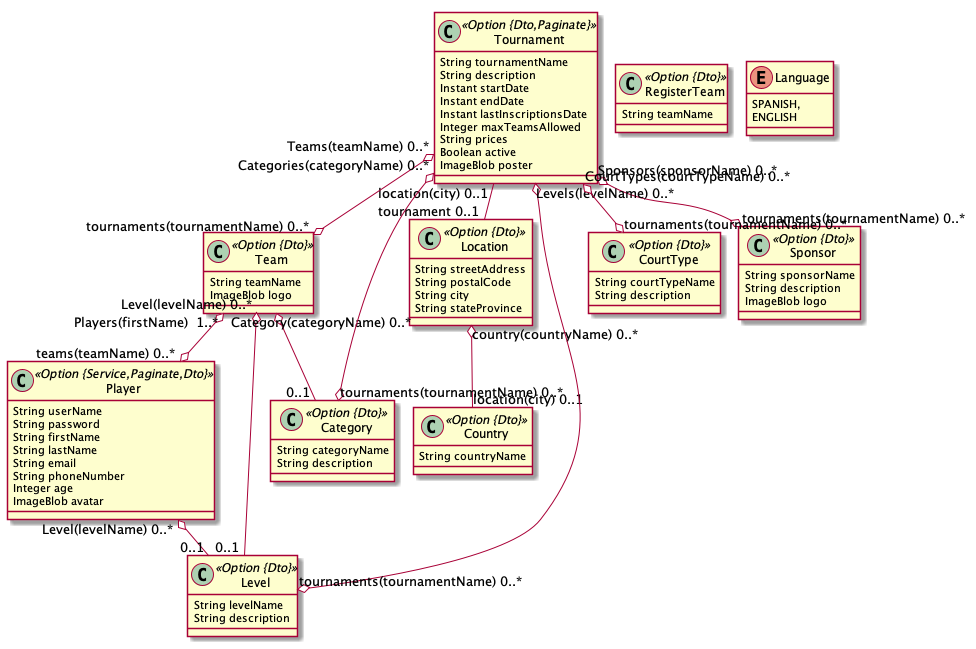
jjsanbra/padelTMApp keeps this PlantUML diagram as padel-tm-app-gpt.png. Above is the earlier version.
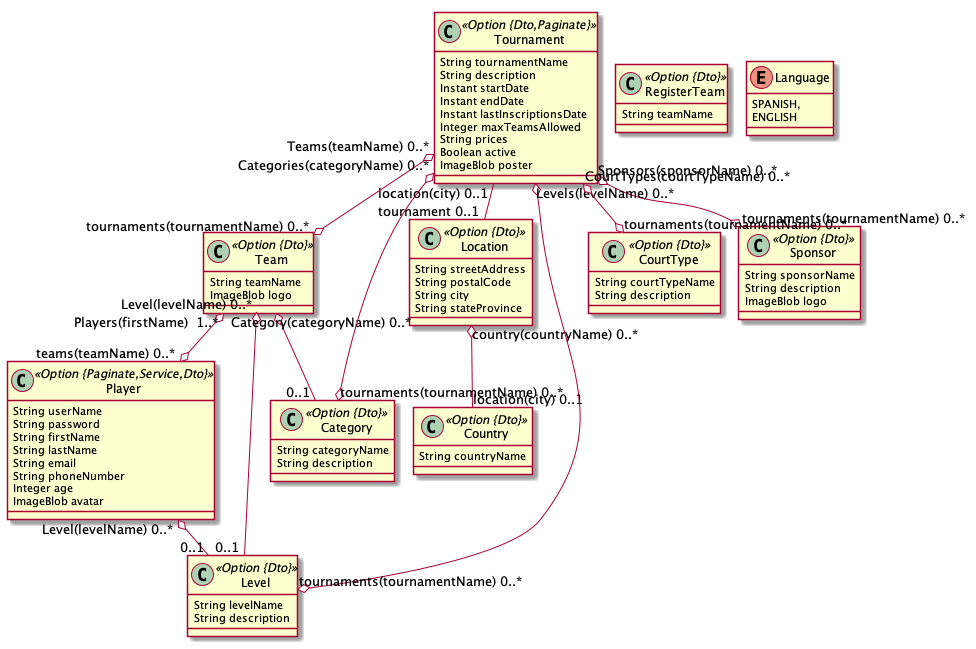
After the commit.

Change to the diagram source:
```diff
@@ -12,7 +12,7 @@
 		Boolean active
 		ImageBlob poster
 	}
-	class Player <<Option {Service,Paginate,Dto}>> {
+	class Player <<Option {Paginate,Service,Dto}>> {
 		String userName
 		String password
 		String firstName
```
